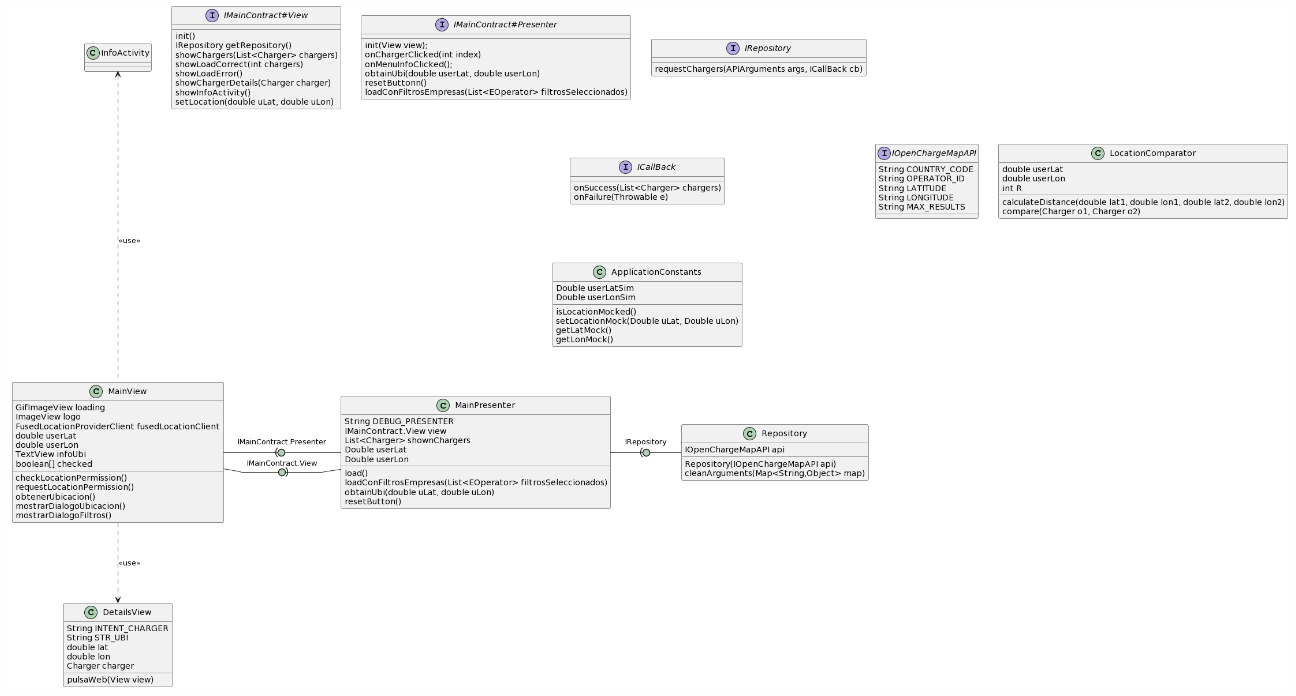
Before: Docs/Models/Arquitectura.png, a diagram exported from PlantUML (isunican/App-CarChargers-Grupo3). Its source is kept beside it as Docs/Models/arquitectura.puml.
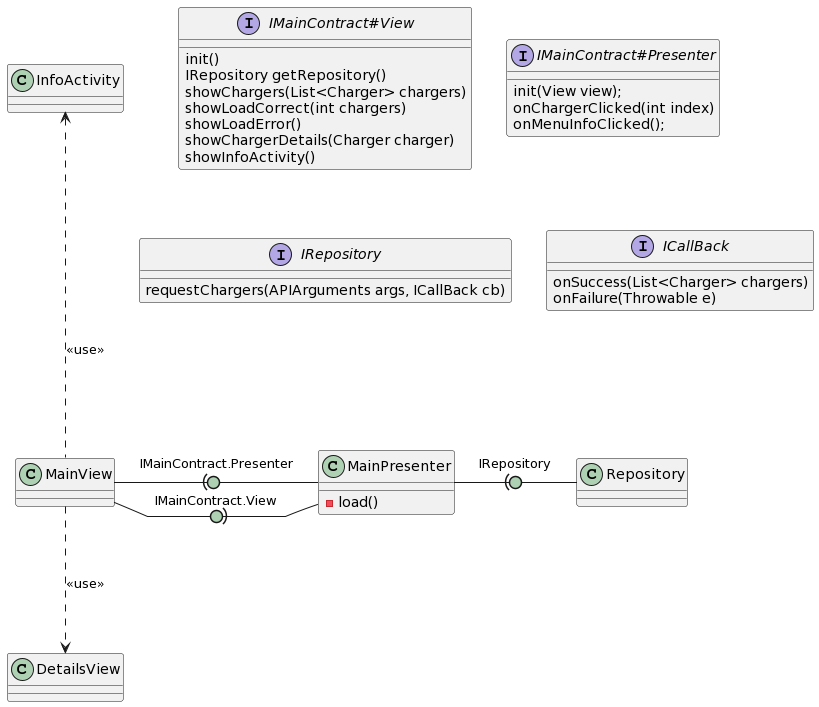
After the commit.

Change to the diagram source:
```diff
@@ -1,4 +1,5 @@
-@startuml
+@startuml arquitectura
+
 skinparam linetype polyline
 skinparam arrowLollipopColor #ADD1B2
 
@@ -23,16 +24,12 @@
     showLoadError()
     showChargerDetails(Charger charger)
     showInfoActivity()
-    setLocation(double uLat, double uLon)
 }
 
 interface IMainContract#Presenter {
    init(View view);
    onChargerClicked(int index)
    onMenuInfoClicked();
-   obtainUbi(double userLat, double userLon)
-   resetButtonn()
-   loadConFiltrosEmpresas(List<EOperator> filtrosSeleccionados)
 }
 
 interface IRepository {
@@ -43,66 +40,5 @@
     onSuccess(List<Charger> chargers)
     onFailure(Throwable e)
 }
-interface IOpenChargeMapAPI {
-    String COUNTRY_CODE
-    String OPERATOR_ID
-    String LATITUDE
-    String LONGITUDE
-    String MAX_RESULTS
 
-}
-class LocationComparator {
-    double userLat
-    double userLon
-    int R
-    calculateDistance(double lat1, double lon1, double lat2, double lon2)
-    compare(Charger o1, Charger o2)
-}
-class MainView {
-    GifImageView loading
-    ImageView logo
-    FusedLocationProviderClient fusedLocationClient
-    double userLat
-    double userLon
-    TextView infoUbi
-    boolean[] checked
-    checkLocationPermission()
-    requestLocationPermission()
-    obtenerUbicacion()
-    mostrarDialogoUbicacion()
-    mostrarDialogoFiltros()
-}
-class MainPresenter {
-    String DEBUG_PRESENTER
-    IMainContract.View view
-    List<Charger> shownChargers
-    Double userLat
-    Double userLon
-    load()
-    loadConFiltrosEmpresas(List<EOperator> filtrosSeleccionados)
-    obtainUbi(double uLat, double uLon)
-    resetButton()
-}
-class Repository {
-    IOpenChargeMapAPI api
-    Repository(IOpenChargeMapAPI api)
-    cleanArguments(Map<String,Object> map)
-}
-class DetailsView {
-    String INTENT_CHARGER
-    String STR_UBI
-    double lat
-    double lon
-    Charger charger
-    pulsaWeb(View view)
-}
-class ApplicationConstants {
-    Double userLatSim
-    Double userLonSim
-    isLocationMocked()
-    setLocationMock(Double uLat, Double uLon)
-    getLatMock()
-    getLonMock()
-
-}
 @enduml
```
